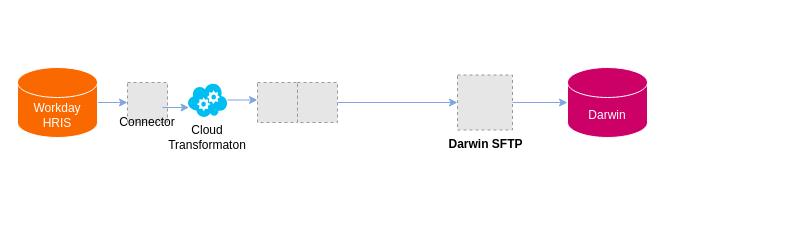
This is Hiscox Darwin Integration.drawio from sandyaroma/sandyaroma, a draw.io file, before an edit. Source tidied: cells renumbered, new cells numbered last; positions are measured from the earlier drawing's top-left corner, leaving out a move shared by most shapes. Both pictures are drawn from the tidied source at 100%, with x=0, y=0 at pixel (17, 67). Pictures stored in the file or linked from it are replaced by grey dashed boxes.
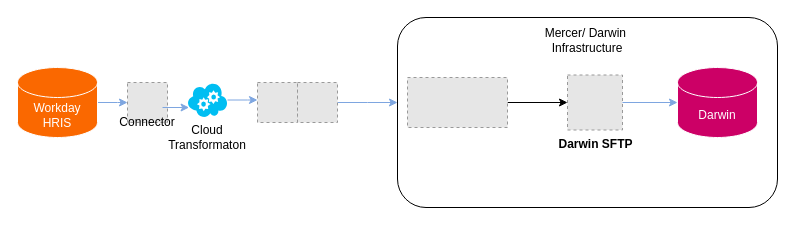
The same diagram, later.

The change refers to these unchanged cells:
```xml
<mxCell id="8" style="fillColor=#E6E6E6;strokeColor=#999999;dashed=1;verticalLabelPosition=bottom;labelBackgroundColor=default;verticalAlign=top;" parent="1" vertex="1">
  <mxGeometry x="280" y="15" width="40" height="40" as="geometry" />
</mxCell>
```

Diff of the diagram source:
```diff
@@
+    <mxCell id="16" value="Mercer/ Darwin&amp;nbsp;&lt;div&gt;Infrastructure&lt;/div&gt;&lt;div&gt;&lt;br&gt;&lt;/div&gt;&lt;div&gt;&lt;br&gt;&lt;/div&gt;&lt;div&gt;&lt;br&gt;&lt;/div&gt;&lt;div&gt;&lt;br&gt;&lt;/div&gt;&lt;div&gt;&lt;br&gt;&lt;/div&gt;&lt;div&gt;&lt;br&gt;&lt;/div&gt;&lt;div&gt;&lt;br&gt;&lt;/div&gt;&lt;div&gt;&lt;br&gt;&lt;/div&gt;&lt;div&gt;&lt;br&gt;&lt;/div&gt;&lt;div&gt;&lt;br&gt;&lt;/div&gt;" style="rounded=1;whiteSpace=wrap;html=1;" parent="1" vertex="1">
+      <mxGeometry x="380" y="-50" width="380" height="190" as="geometry" />
+    </mxCell>
@@
     <mxCell id="4" value="&lt;font color=&quot;#ffffff&quot;&gt;Darwin&lt;/font&gt;" style="shape=cylinder3;whiteSpace=wrap;html=1;boundedLbl=1;backgroundOutline=1;size=15;fillColor=#CC0066;fontColor=#000000;strokeColor=#FFFFFF;" parent="1" vertex="1">
-      <mxGeometry x="550" width="80" height="70" as="geometry" />
+      <mxGeometry x="660" width="80" height="70" as="geometry" />
     </mxCell>
     <mxCell id="5" value="&lt;b&gt;Darwin SFTP&lt;/b&gt;" style="fillColor=#E6E6E6;strokeColor=#999999;dashed=1;html=1;verticalAlign=top;verticalLabelPosition=bottom;labelBackgroundColor=#ffffff;" parent="1" vertex="1">
-      <mxGeometry x="440" y="7.5" width="55" height="55" as="geometry" />
+      <mxGeometry x="550" y="7.5" width="55" height="55" as="geometry" />
     </mxCell>
@@
-    <mxCell id="7" style="edgeStyle=orthogonalEdgeStyle;rounded=0;jettySize=auto;html=1;entryX=0;entryY=0.5;entryDx=0;entryDy=0;strokeColor=#7EA6E0;align=center;verticalAlign=middle;fontFamily=Helvetica;fontSize=11;fontColor=default;labelBackgroundColor=default;endArrow=classic;endFill=1;" parent="1" edge="1" source="8" target="5">
-      <mxGeometry relative="1" as="geometry" />
+    <mxCell id="7" style="edgeStyle=orthogonalEdgeStyle;rounded=0;jettySize=auto;html=1;strokeColor=#7EA6E0;align=center;verticalAlign=middle;fontFamily=Helvetica;fontSize=11;fontColor=default;labelBackgroundColor=default;endArrow=classic;endFill=1;" parent="1" edge="1" source="8">
+      <mxGeometry relative="1" as="geometry">
+        <mxPoint x="380" y="35" as="targetPoint" />
+      </mxGeometry>
     </mxCell>
@@
+    <mxCell id="17" style="edgeStyle=orthogonalEdgeStyle;rounded=0;jettySize=auto;html=1;entryX=0;entryY=0.5;entryDx=0;entryDy=0;" parent="1" edge="1" source="18" target="5">
+      <mxGeometry relative="1" as="geometry" />
+    </mxCell>
+    <mxCell id="18" style="fillColor=#E6E6E6;strokeColor=#999999;dashed=1;verticalLabelPosition=bottom;labelBackgroundColor=default;verticalAlign=top;" parent="1" vertex="1">
+      <mxGeometry x="390" y="10" width="100" height="50" as="geometry" />
+    </mxCell>
```
